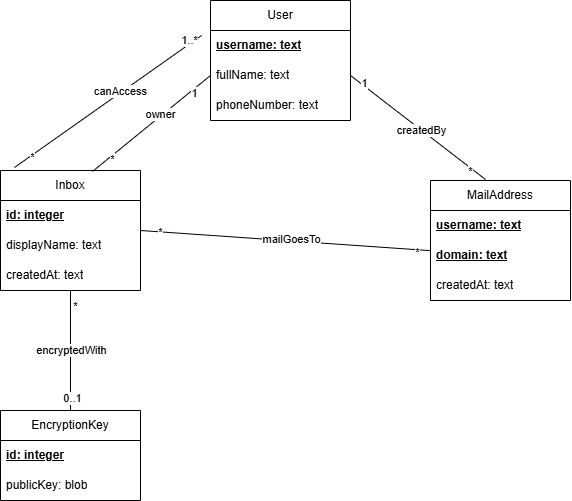
Above: images/model/original_uml_class_diagram.png in Edwinexd/db-sqlite-tools (draw.io), before the change. Source tidied: cells renumbered, new cells last; positions are measured from the earlier drawing's top-left corner, leaving out a move shared by most shapes. Source of this version:
```xml
<mxGraphModel>
  <root>
    <mxCell id="0" />
    <mxCell id="1" parent="0" />
    <mxCell id="2" value="MailAddress" style="swimlane;fontStyle=0;horizontal=1;startSize=30;whiteSpace=wrap;html=1;" parent="1" vertex="1">
      <mxGeometry x="430" y="180" width="140" height="120" as="geometry" />
    </mxCell>
    <mxCell id="3" value="username: text" style="text;strokeColor=none;fillColor=none;align=left;verticalAlign=middle;spacingLeft=4;spacingRight=4;overflow=hidden;whiteSpace=wrap;html=1;fontStyle=5;" parent="2" vertex="1">
      <mxGeometry y="30" width="140" height="30" as="geometry" />
    </mxCell>
    <mxCell id="4" value="domain: text" style="text;strokeColor=none;fillColor=none;align=left;verticalAlign=middle;spacingLeft=4;spacingRight=4;overflow=hidden;points=[[0,0.5],[1,0.5]];portConstraint=eastwest;whiteSpace=wrap;html=1;fontStyle=5;" parent="2" vertex="1">
      <mxGeometry y="60" width="140" height="30" as="geometry" />
    </mxCell>
    <mxCell id="5" value="createdAt: text" style="text;strokeColor=none;fillColor=none;align=left;verticalAlign=middle;spacingLeft=4;spacingRight=4;overflow=hidden;whiteSpace=wrap;html=1;" parent="2" vertex="1">
      <mxGeometry y="90" width="140" height="30" as="geometry" />
    </mxCell>
    <mxCell id="6" style="edgeStyle=orthogonalEdgeStyle;rounded=0;jettySize=auto;html=1;exitX=0.5;exitY=1;exitDx=0;exitDy=0;entryX=0.5;entryY=0;entryDx=0;entryDy=0;endArrow=none;endFill=0;" parent="1" edge="1" source="10" target="34">
      <mxGeometry relative="1" as="geometry" />
    </mxCell>
    <mxCell id="7" value="encryptedWith" style="edgeLabel;html=1;align=center;verticalAlign=middle;" parent="6" vertex="1">
      <mxGeometry x="-0.18" y="1" relative="1" as="geometry">
        <mxPoint x="-1" y="11" as="offset" />
      </mxGeometry>
    </mxCell>
    <mxCell id="8" value="0..1" style="edgeLabel;html=1;align=center;verticalAlign=middle;" parent="6" vertex="1">
      <mxGeometry x="0.78" y="1" relative="1" as="geometry" />
    </mxCell>
    <mxCell id="9" value="*" style="edgeLabel;html=1;align=center;verticalAlign=middle;" parent="6" vertex="1">
      <mxGeometry x="-0.75" y="4" relative="1" as="geometry" />
    </mxCell>
    <mxCell id="10" value="Inbox" style="swimlane;fontStyle=0;horizontal=1;startSize=30;whiteSpace=wrap;html=1;" parent="1" vertex="1">
      <mxGeometry y="170" width="140" height="120" as="geometry" />
    </mxCell>
    <mxCell id="11" value="&lt;b&gt;id: integer&lt;/b&gt;" style="text;strokeColor=none;fillColor=none;align=left;verticalAlign=middle;spacingLeft=4;spacingRight=4;overflow=hidden;whiteSpace=wrap;html=1;fontStyle=4;" parent="10" vertex="1">
      <mxGeometry y="30" width="140" height="30" as="geometry" />
    </mxCell>
    <mxCell id="12" value="&lt;span style=&quot;font-weight: normal;&quot;&gt;displayName: text&lt;/span&gt;" style="text;strokeColor=none;fillColor=none;align=left;verticalAlign=middle;spacingLeft=4;spacingRight=4;overflow=hidden;whiteSpace=wrap;html=1;fontStyle=1;" parent="10" vertex="1">
      <mxGeometry y="60" width="140" height="30" as="geometry" />
    </mxCell>
    <mxCell id="13" value="&lt;span style=&quot;font-weight: 400;&quot;&gt;createdAt: text&lt;/span&gt;" style="text;strokeColor=none;fillColor=none;align=left;verticalAlign=middle;spacingLeft=4;spacingRight=4;overflow=hidden;whiteSpace=wrap;html=1;fontStyle=1;" parent="10" vertex="1">
      <mxGeometry y="90" width="140" height="30" as="geometry" />
    </mxCell>
    <mxCell id="14" value="User" style="swimlane;fontStyle=0;horizontal=1;startSize=30;whiteSpace=wrap;html=1;" parent="1" vertex="1">
      <mxGeometry x="210" width="140" height="120" as="geometry" />
    </mxCell>
    <mxCell id="15" value="username: text" style="text;strokeColor=none;fillColor=none;align=left;verticalAlign=middle;spacingLeft=4;spacingRight=4;overflow=hidden;whiteSpace=wrap;html=1;fontStyle=5;" parent="14" vertex="1">
      <mxGeometry y="30" width="140" height="30" as="geometry" />
    </mxCell>
    <mxCell id="16" value="fullName: text" style="text;strokeColor=none;fillColor=none;align=left;verticalAlign=middle;spacingLeft=4;spacingRight=4;overflow=hidden;points=[[0,0.5],[1,0.5]];portConstraint=eastwest;whiteSpace=wrap;html=1;" parent="14" vertex="1">
      <mxGeometry y="60" width="140" height="30" as="geometry" />
    </mxCell>
    <mxCell id="17" value="phoneNumber: text" style="text;strokeColor=none;fillColor=none;align=left;verticalAlign=middle;spacingLeft=4;spacingRight=4;overflow=hidden;whiteSpace=wrap;html=1;" parent="14" vertex="1">
      <mxGeometry y="90" width="140" height="30" as="geometry" />
    </mxCell>
    <mxCell id="18" style="rounded=0;jettySize=auto;html=1;entryX=1;entryY=0.5;entryDx=0;entryDy=0;endArrow=none;endFill=0;" parent="1" edge="1" source="4" target="10">
      <mxGeometry relative="1" as="geometry" />
    </mxCell>
    <mxCell id="19" value="mailGoesTo" style="edgeLabel;html=1;align=center;verticalAlign=middle;" parent="18" vertex="1">
      <mxGeometry x="-0.04" y="-1" relative="1" as="geometry">
        <mxPoint y="-1" as="offset" />
      </mxGeometry>
    </mxCell>
    <mxCell id="20" value="*" style="edgeLabel;html=1;align=center;verticalAlign=middle;" parent="18" vertex="1">
      <mxGeometry x="-0.9" y="2" relative="1" as="geometry" />
    </mxCell>
    <mxCell id="21" value="*" style="edgeLabel;html=1;align=center;verticalAlign=middle;" parent="18" vertex="1">
      <mxGeometry x="0.87" relative="1" as="geometry" />
    </mxCell>
    <mxCell id="22" style="rounded=0;jettySize=auto;html=1;entryX=0.657;entryY=0.008;entryDx=0;entryDy=0;entryPerimeter=0;endArrow=none;endFill=0;exitX=0;exitY=0.5;exitDx=0;exitDy=0;" parent="1" edge="1" source="16" target="10">
      <mxGeometry relative="1" as="geometry" />
    </mxCell>
    <mxCell id="23" value="owner" style="edgeLabel;html=1;align=center;verticalAlign=middle;" parent="22" vertex="1">
      <mxGeometry x="-0.16" y="-2" relative="1" as="geometry" />
    </mxCell>
    <mxCell id="24" value="1" style="edgeLabel;html=1;align=center;verticalAlign=middle;" parent="22" vertex="1">
      <mxGeometry x="-0.7" y="3" relative="1" as="geometry" />
    </mxCell>
    <mxCell id="25" value="*" style="edgeLabel;html=1;align=center;verticalAlign=middle;" parent="22" vertex="1">
      <mxGeometry x="0.69" y="3" relative="1" as="geometry">
        <mxPoint x="-1" as="offset" />
      </mxGeometry>
    </mxCell>
    <mxCell id="26" style="rounded=0;orthogonalLoop=1;jettySize=auto;html=1;entryX=0.107;entryY=-0.025;entryDx=0;entryDy=0;entryPerimeter=0;endArrow=none;endFill=0;exitX=-0.057;exitY=0.167;exitDx=0;exitDy=0;exitPerimeter=0;" parent="1" edge="1">
      <mxGeometry relative="1" as="geometry">
        <mxPoint x="201" y="35" as="sourcePoint" />
        <mxPoint x="14" y="167" as="targetPoint" />
      </mxGeometry>
    </mxCell>
    <mxCell id="27" value="canAccess" style="edgeLabel;html=1;align=center;verticalAlign=middle;" parent="26" vertex="1">
      <mxGeometry x="-0.14" y="-2" relative="1" as="geometry" />
    </mxCell>
    <mxCell id="28" value="*" style="edgeLabel;html=1;align=center;verticalAlign=middle;" parent="26" vertex="1">
      <mxGeometry x="0.82" y="1" relative="1" as="geometry" />
    </mxCell>
    <mxCell id="29" value="1..*" style="edgeLabel;html=1;align=center;verticalAlign=middle;" parent="26" vertex="1">
      <mxGeometry x="-0.89" y="-4" relative="1" as="geometry" />
    </mxCell>
    <mxCell id="30" style="rounded=0;jettySize=auto;html=1;entryX=0.393;entryY=-0.008;entryDx=0;entryDy=0;entryPerimeter=0;endArrow=none;endFill=0;exitX=1;exitY=0.5;exitDx=0;exitDy=0;" parent="1" edge="1" source="16" target="2">
      <mxGeometry relative="1" as="geometry" />
    </mxCell>
    <mxCell id="31" value="createdBy" style="edgeLabel;html=1;align=center;verticalAlign=middle;" parent="30" vertex="1">
      <mxGeometry x="-0.22" y="6" relative="1" as="geometry">
        <mxPoint x="14" y="19" as="offset" />
      </mxGeometry>
    </mxCell>
    <mxCell id="32" value="1" style="edgeLabel;html=1;align=center;verticalAlign=middle;" parent="30" vertex="1">
      <mxGeometry x="-0.82" y="2" relative="1" as="geometry" />
    </mxCell>
    <mxCell id="33" value="*" style="edgeLabel;html=1;align=center;verticalAlign=middle;" parent="30" vertex="1">
      <mxGeometry x="0.79" y="-3" relative="1" as="geometry" />
    </mxCell>
    <mxCell id="34" value="EncryptionKey" style="swimlane;fontStyle=0;horizontal=1;startSize=30;whiteSpace=wrap;html=1;" parent="1" vertex="1">
      <mxGeometry y="410" width="140" height="90" as="geometry" />
    </mxCell>
    <mxCell id="35" value="&lt;b&gt;id: integer&lt;/b&gt;" style="text;strokeColor=none;fillColor=none;align=left;verticalAlign=middle;spacingLeft=4;spacingRight=4;overflow=hidden;whiteSpace=wrap;html=1;fontStyle=4;" parent="34" vertex="1">
      <mxGeometry y="30" width="140" height="30" as="geometry" />
    </mxCell>
    <mxCell id="36" value="&lt;span style=&quot;font-weight: normal;&quot;&gt;publicKey: blob&lt;/span&gt;" style="text;strokeColor=none;fillColor=none;align=left;verticalAlign=middle;spacingLeft=4;spacingRight=4;overflow=hidden;whiteSpace=wrap;html=1;fontStyle=1;" parent="34" vertex="1">
      <mxGeometry y="60" width="140" height="30" as="geometry" />
    </mxCell>
  </root>
</mxGraphModel>
```
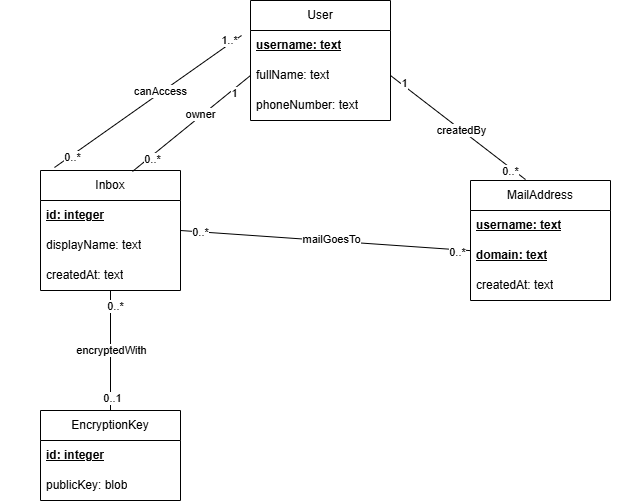
After the commit.

Diff of the diagram source:
```diff
@@ -25,7 +25,7 @@
     <mxCell id="8" value="0..1" style="edgeLabel;html=1;align=center;verticalAlign=middle;" parent="6" vertex="1">
       <mxGeometry x="0.78" y="1" relative="1" as="geometry" />
     </mxCell>
-    <mxCell id="9" value="*" style="edgeLabel;html=1;align=center;verticalAlign=middle;" parent="6" vertex="1">
+    <mxCell id="9" value="0..*" style="edgeLabel;html=1;align=center;verticalAlign=middle;" parent="6" vertex="1">
       <mxGeometry x="-0.75" y="4" relative="1" as="geometry" />
     </mxCell>
     <mxCell id="10" value="Inbox" style="swimlane;fontStyle=0;horizontal=1;startSize=30;whiteSpace=wrap;html=1;" parent="1" vertex="1">
@@ -60,10 +60,10 @@
         <mxPoint y="-1" as="offset" />
       </mxGeometry>
     </mxCell>
-    <mxCell id="20" value="*" style="edgeLabel;html=1;align=center;verticalAlign=middle;" parent="18" vertex="1">
+    <mxCell id="20" value="0..*" style="edgeLabel;html=1;align=center;verticalAlign=middle;" parent="18" vertex="1">
       <mxGeometry x="-0.9" y="2" relative="1" as="geometry" />
     </mxCell>
-    <mxCell id="21" value="*" style="edgeLabel;html=1;align=center;verticalAlign=middle;" parent="18" vertex="1">
+    <mxCell id="21" value="0..*" style="edgeLabel;html=1;align=center;verticalAlign=middle;" parent="18" vertex="1">
       <mxGeometry x="0.87" relative="1" as="geometry" />
     </mxCell>
     <mxCell id="22" style="rounded=0;jettySize=auto;html=1;entryX=0.657;entryY=0.008;entryDx=0;entryDy=0;entryPerimeter=0;endArrow=none;endFill=0;exitX=0;exitY=0.5;exitDx=0;exitDy=0;" parent="1" edge="1" source="16" target="10">
@@ -75,7 +75,7 @@
     <mxCell id="24" value="1" style="edgeLabel;html=1;align=center;verticalAlign=middle;" parent="22" vertex="1">
       <mxGeometry x="-0.7" y="3" relative="1" as="geometry" />
     </mxCell>
-    <mxCell id="25" value="*" style="edgeLabel;html=1;align=center;verticalAlign=middle;" parent="22" vertex="1">
+    <mxCell id="25" value="0..*" style="edgeLabel;html=1;align=center;verticalAlign=middle;" parent="22" vertex="1">
       <mxGeometry x="0.69" y="3" relative="1" as="geometry">
         <mxPoint x="-1" as="offset" />
       </mxGeometry>
@@ -89,7 +89,7 @@
     <mxCell id="27" value="canAccess" style="edgeLabel;html=1;align=center;verticalAlign=middle;" parent="26" vertex="1">
       <mxGeometry x="-0.14" y="-2" relative="1" as="geometry" />
     </mxCell>
-    <mxCell id="28" value="*" style="edgeLabel;html=1;align=center;verticalAlign=middle;" parent="26" vertex="1">
+    <mxCell id="28" value="0..*" style="edgeLabel;html=1;align=center;verticalAlign=middle;" parent="26" vertex="1">
       <mxGeometry x="0.82" y="1" relative="1" as="geometry" />
     </mxCell>
     <mxCell id="29" value="1..*" style="edgeLabel;html=1;align=center;verticalAlign=middle;" parent="26" vertex="1">
@@ -106,7 +106,7 @@
     <mxCell id="32" value="1" style="edgeLabel;html=1;align=center;verticalAlign=middle;" parent="30" vertex="1">
       <mxGeometry x="-0.82" y="2" relative="1" as="geometry" />
     </mxCell>
-    <mxCell id="33" value="*" style="edgeLabel;html=1;align=center;verticalAlign=middle;" parent="30" vertex="1">
+    <mxCell id="33" value="0..*" style="edgeLabel;html=1;align=center;verticalAlign=middle;" parent="30" vertex="1">
       <mxGeometry x="0.79" y="-3" relative="1" as="geometry" />
     </mxCell>
     <mxCell id="34" value="EncryptionKey" style="swimlane;fontStyle=0;horizontal=1;startSize=30;whiteSpace=wrap;html=1;" parent="1" vertex="1">
@@ -118,5 +118,11 @@
     <mxCell id="36" value="&lt;span style=&quot;font-weight: normal;&quot;&gt;publicKey: blob&lt;/span&gt;" style="text;strokeColor=none;fillColor=none;align=left;verticalAlign=middle;spacingLeft=4;spacingRight=4;overflow=hidden;whiteSpace=wrap;html=1;fontStyle=1;" parent="34" vertex="1">
       <mxGeometry y="60" width="140" height="30" as="geometry" />
     </mxCell>
+    <mxCell id="37" style="ellipse;whiteSpace=wrap;html=1;strokeColor=none;" parent="1" vertex="1">
+      <mxGeometry x="-40" y="320" width="10" height="10" as="geometry" />
+    </mxCell>
+    <mxCell id="38" style="ellipse;whiteSpace=wrap;html=1;strokeColor=none;" parent="1" vertex="1">
+      <mxGeometry x="590" y="240" width="10" height="10" as="geometry" />
+    </mxCell>
   </root>
 </mxGraphModel>
```
